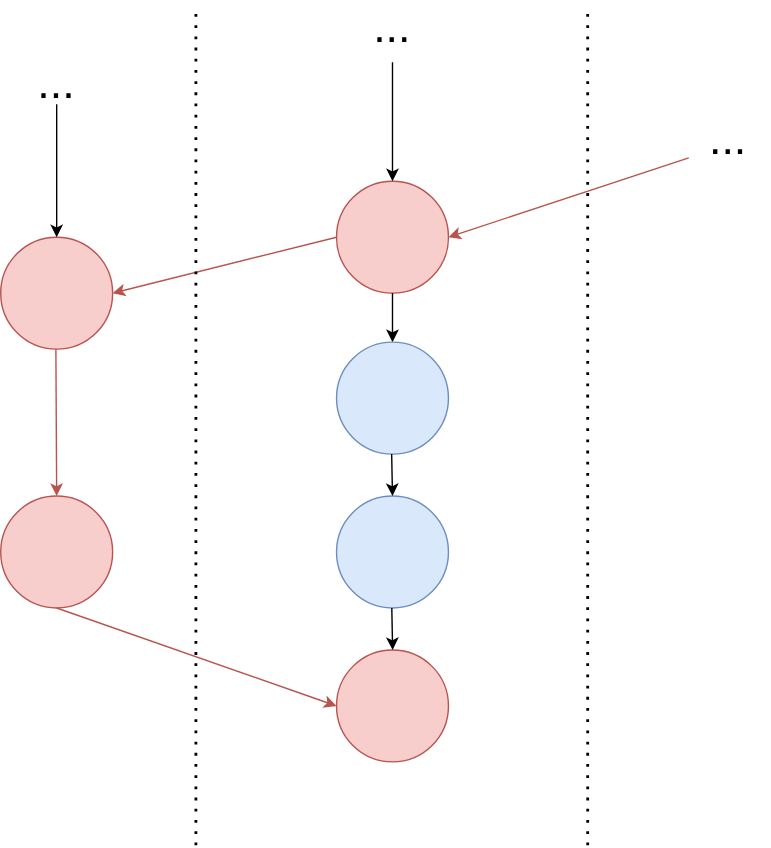
Earlier version of the draw.io export segments/middle_segment.svg (jmsargent/dvfs_thesis). Source tidied: cells renumbered, new cells last; positions are measured from the earlier drawing's top-left corner, leaving out a move shared by most shapes.
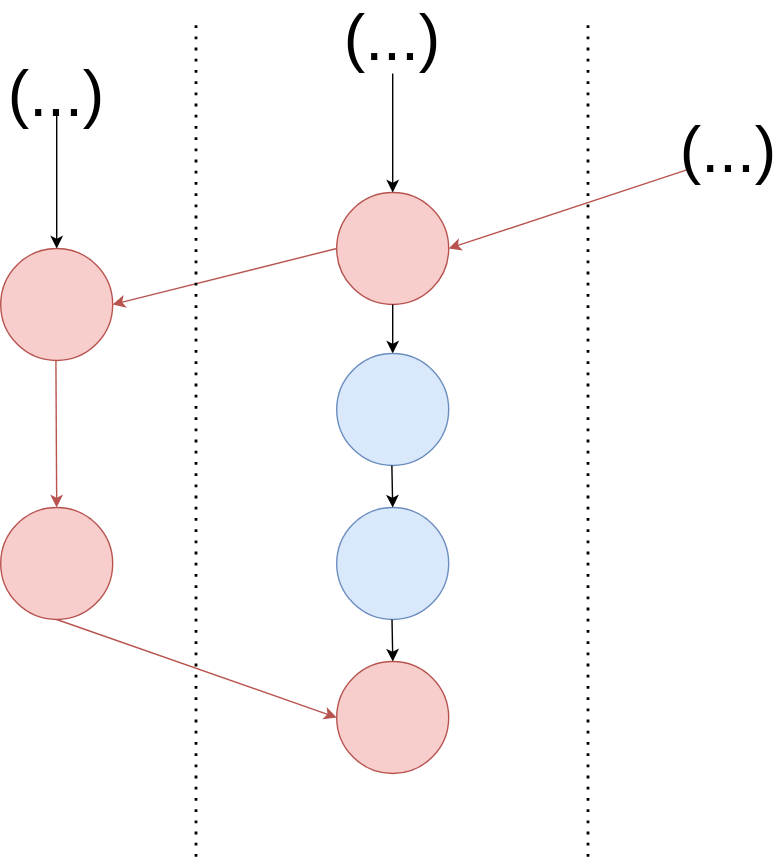
Above is the later version.

What changed in the source:
```diff
@@ -33,7 +33,7 @@
         <mxPoint x="140" as="targetPoint" />
       </mxGeometry>
     </mxCell>
-    <mxCell id="9" value="..." style="text;html=1;whiteSpace=wrap;strokeColor=none;fillColor=none;align=center;verticalAlign=middle;rounded=0;fontSize=32;" parent="1" vertex="1">
+    <mxCell id="9" value="(...)" style="text;html=1;whiteSpace=wrap;strokeColor=none;fillColor=none;align=center;verticalAlign=middle;rounded=0;fontSize=46;" parent="1" vertex="1">
       <mxGeometry x="10" y="40" width="60" height="30" as="geometry" />
     </mxCell>
     <mxCell id="10" style="endArrow=classic;html=1;rounded=0;exitX=0.5;exitY=1;exitDx=0;exitDy=0;entryX=0.5;entryY=0;entryDx=0;entryDy=0;fontSize=32;" parent="1" edge="1" source="9" target="5">
@@ -47,10 +47,10 @@
     <mxCell id="12" style="endArrow=classic;html=1;rounded=0;exitX=0.5;exitY=1;exitDx=0;exitDy=0;entryX=0.5;entryY=0;entryDx=0;entryDy=0;" parent="1" edge="1" source="2" target="16">
       <mxGeometry relative="1" as="geometry" />
     </mxCell>
-    <mxCell id="13" value="..." style="text;html=1;whiteSpace=wrap;strokeColor=none;fillColor=none;align=center;verticalAlign=middle;rounded=0;fontSize=32;" parent="1" vertex="1">
+    <mxCell id="13" value="(...)" style="text;html=1;whiteSpace=wrap;strokeColor=none;fillColor=none;align=center;verticalAlign=middle;rounded=0;fontSize=46;" parent="1" vertex="1">
       <mxGeometry x="490" y="80" width="60" height="30" as="geometry" />
     </mxCell>
-    <mxCell id="14" value="..." style="text;html=1;whiteSpace=wrap;strokeColor=none;fillColor=none;align=center;verticalAlign=middle;rounded=0;fontSize=32;" parent="1" vertex="1">
+    <mxCell id="14" value="(...)" style="text;html=1;whiteSpace=wrap;strokeColor=none;fillColor=none;align=center;verticalAlign=middle;rounded=0;fontSize=46;" parent="1" vertex="1">
       <mxGeometry x="250" width="60" height="30" as="geometry" />
     </mxCell>
     <mxCell id="15" style="edgeStyle=orthogonalEdgeStyle;rounded=0;orthogonalLoop=1;jettySize=auto;html=1;exitX=0.5;exitY=1;exitDx=0;exitDy=0;" parent="1" edge="1" source="14" target="14">
```
